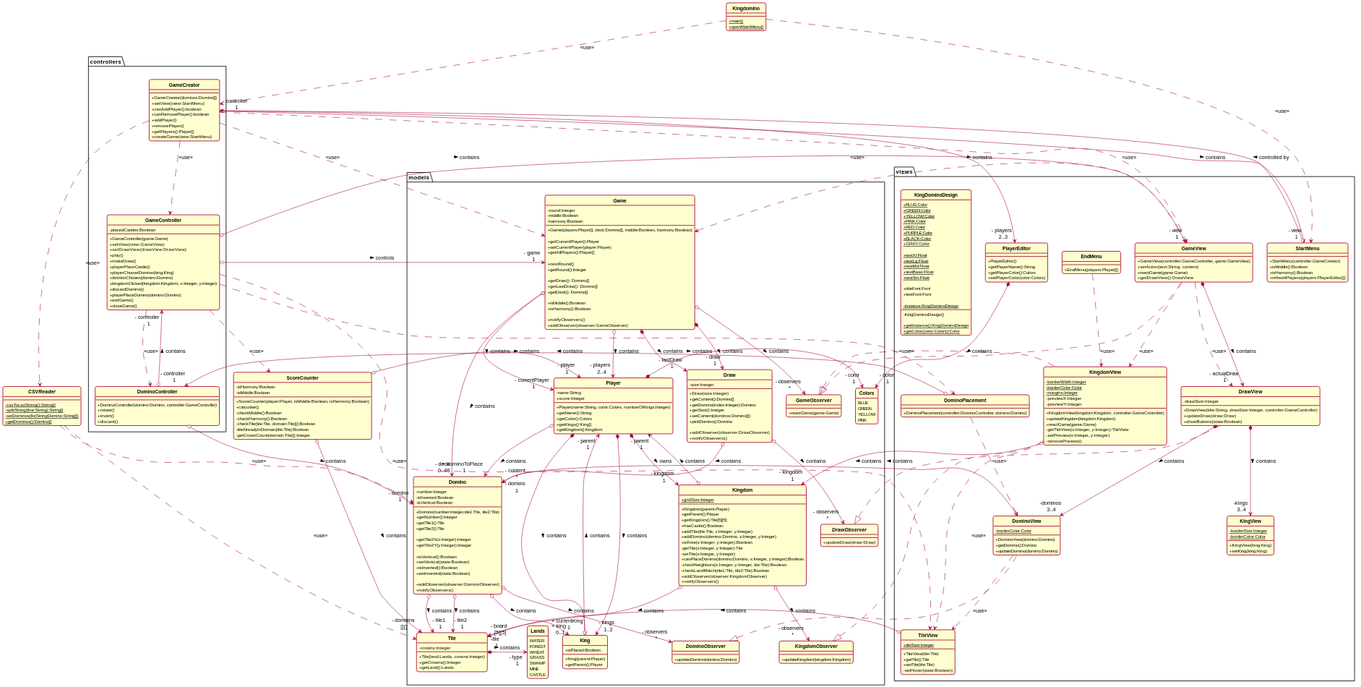
Before: rendu2/Kingdomino.svg, a diagram exported from PlantUML (FranckG28/KingDomino).
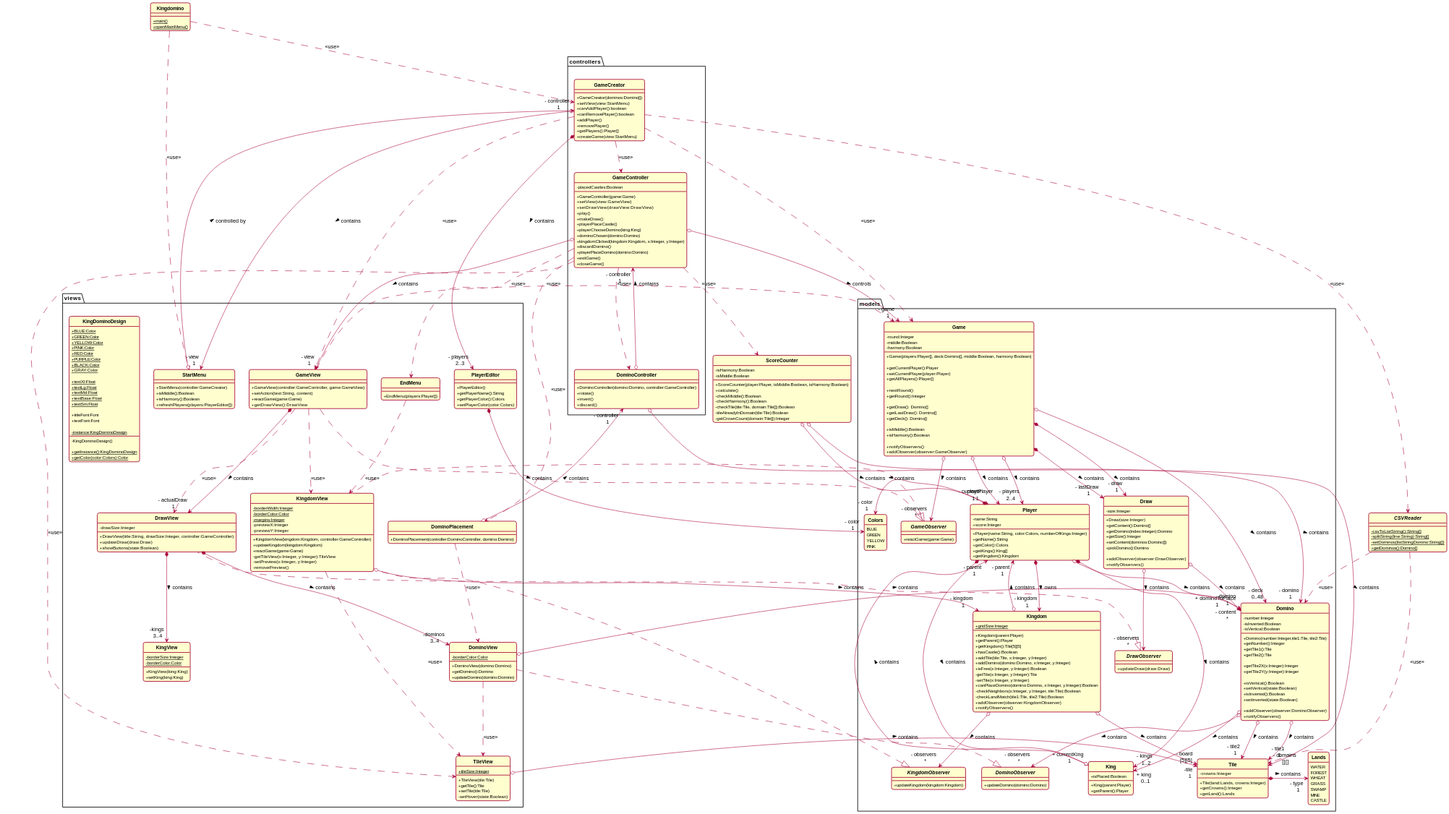
The same diagram one commit later.

Commit message:
UML diagram fix

Change to the diagram source:
```diff
@@ -340,6 +340,7 @@
 GameController ..> DominoController : <<use>>
 GameController ..> ScoreCounter : <<use>>
 GameController ..> TileView : <<use>>
+GameController ..> EndMenu : <<use>>
 
 GameView ..> Game : "<<use>>"
 GameView ..> DrawView : <<use>>
```
